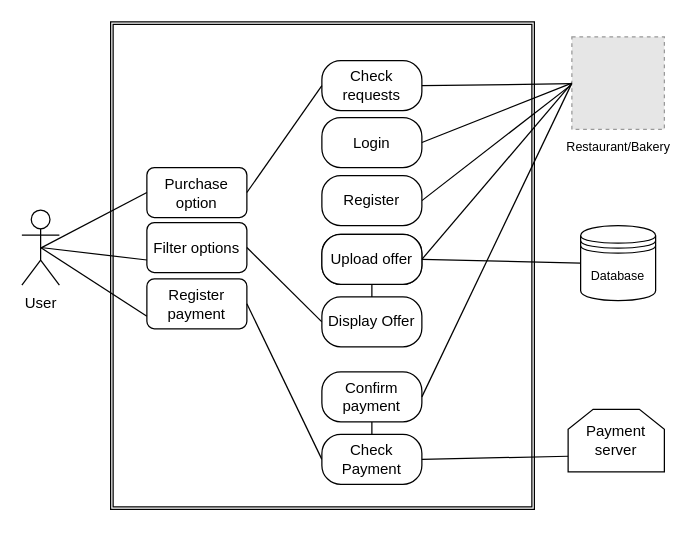
The draw.io diagram Untitled Diagram.drawio in Bruno-Macedo/Soft.Arch, before the edit. Source tidied: cells renumbered, new cells numbered last; positions are measured from the earlier drawing's top-left corner, leaving out a move shared by most shapes. Both pictures are drawn from the tidied source at 125%, with x=0, y=0 at pixel (21, 21). Pictures stored in the file or linked from it are replaced by grey dashed boxes.
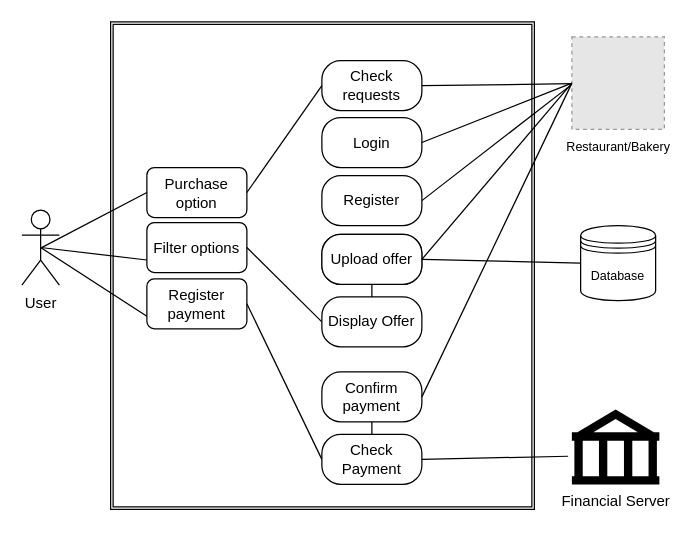
After the change.

Unchanged cells that the change refers to:
```xml
<mxCell id="24" value="Check Payment" style="rounded=1;whiteSpace=wrap;html=1;arcSize=38;" parent="1" vertex="1">
  <mxGeometry x="240" y="330" width="80" height="40" as="geometry" />
</mxCell>
```

What changed in the source:
```diff
@@
-    <mxCell id="31" value="Payment server" style="shape=loopLimit;whiteSpace=wrap;html=1;" parent="1" vertex="1">
-      <mxGeometry x="437" y="310" width="77" height="50" as="geometry" />
-    </mxCell>
-    <mxCell id="32" style="endArrow=none;html=1;rounded=0;exitX=1;exitY=0.5;exitDx=0;exitDy=0;entryX=0;entryY=0.75;entryDx=0;entryDy=0;" parent="1" edge="1" source="24" target="31">
-      <mxGeometry relative="1" as="geometry" />
+    <mxCell id="32" style="endArrow=none;html=1;rounded=0;exitX=1;exitY=0.5;exitDx=0;exitDy=0;entryX=0;entryY=0.75;entryDx=0;entryDy=0;" parent="1" edge="1" source="24">
+      <mxGeometry relative="1" as="geometry">
+        <mxPoint x="437" y="347.5" as="targetPoint" />
+      </mxGeometry>
     </mxCell>
+    <mxCell id="33" value="Financial Server" style="shape=mxgraph.signs.travel.bank;html=1;fillColor=#000000;strokeColor=none;verticalLabelPosition=bottom;verticalAlign=top;align=center;" parent="1" vertex="1">
+      <mxGeometry x="440" y="310" width="70" height="60" as="geometry" />
+    </mxCell>
```
